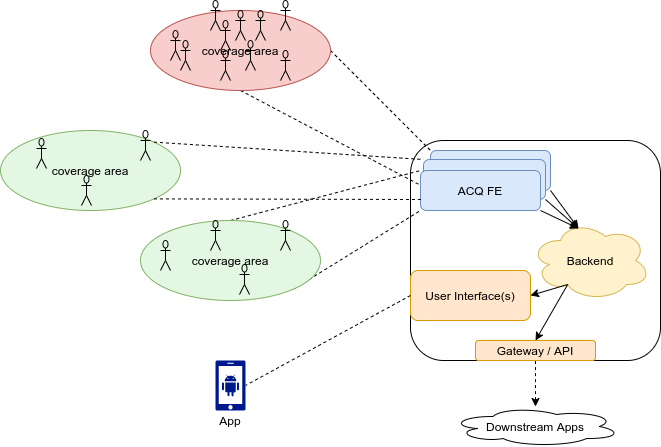
This is HL overview.png from WVV-0012-72/StayOrGo.design, a draw.io export, as it was before one commit. Source tidied: cells renumbered, new cells last; positions are measured from the earlier drawing's top-left corner, leaving out a move shared by most shapes.
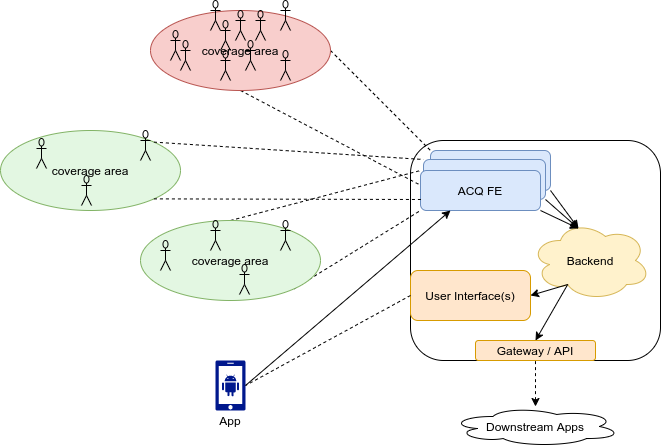
The same file after the commit.

What changed in the source:
```diff
@@ -153,5 +153,8 @@
     <mxCell id="50" value="App" style="text;html=1;strokeColor=none;fillColor=none;align=center;verticalAlign=middle;whiteSpace=wrap;rounded=0;" parent="48" vertex="1">
       <mxGeometry y="50" width="40" height="20" as="geometry" />
     </mxCell>
+    <mxCell id="51" style="endArrow=none;html=1;entryX=1;entryY=0.5;entryDx=0;entryDy=0;exitX=0.25;exitY=1;exitDx=0;exitDy=0;entryPerimeter=0;endFill=0;startArrow=classic;startFill=1;" parent="1" edge="1" source="13" target="49">
+      <mxGeometry relative="1" as="geometry" />
+    </mxCell>
   </root>
 </mxGraphModel>
```
